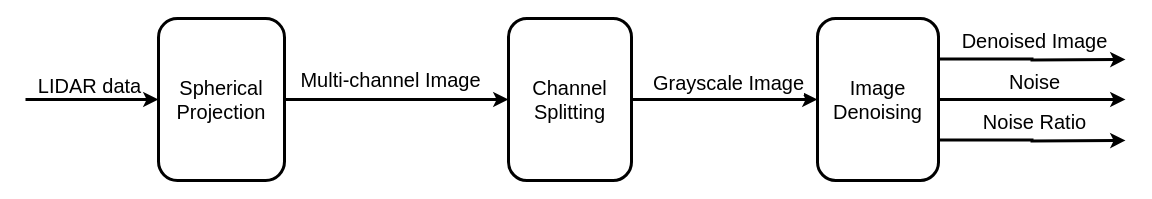
Earlier version of the draw.io diagram diagrams/Principle.drawio (elkuno213/point-cloud-denoising). Source tidied: cells renumbered, new cells numbered last; positions are measured from the earlier drawing's top-left corner, leaving out a move shared by most shapes. Both pictures are drawn from the tidied source at 100%, with x=0, y=0 at pixel (25, 18).
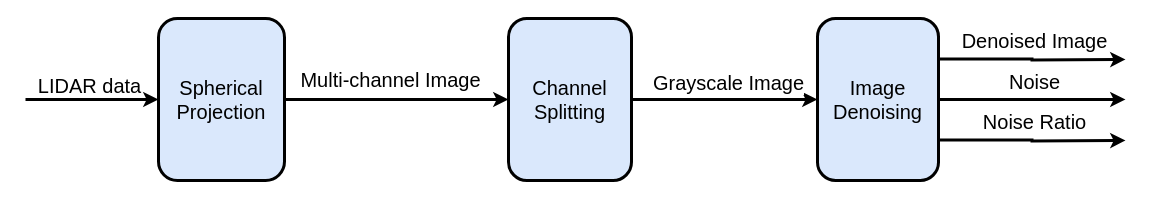
After the change.

What changed in the source:
```diff
@@
-    <mxCell id="2" value="&lt;font style=&quot;font-size: 20px&quot;&gt;Spherical Projection&lt;/font&gt;" style="rounded=1;whiteSpace=wrap;html=1;strokeWidth=3;" parent="1" vertex="1">
+    <mxCell id="2" value="&lt;font style=&quot;font-size: 20px&quot;&gt;Spherical Projection&lt;/font&gt;" style="rounded=1;whiteSpace=wrap;html=1;strokeWidth=3;fillColor=#dae8fc;" parent="1" vertex="1">
       <mxGeometry x="133" width="126" height="162" as="geometry" />
     </mxCell>
@@
-    <mxCell id="7" value="&lt;font style=&quot;font-size: 20px&quot;&gt;Image Denoising&lt;/font&gt;" style="rounded=1;whiteSpace=wrap;html=1;strokeWidth=3;" parent="1" vertex="1">
+    <mxCell id="7" value="&lt;font style=&quot;font-size: 20px&quot;&gt;Image Denoising&lt;/font&gt;" style="rounded=1;whiteSpace=wrap;html=1;strokeWidth=3;fillColor=#dae8fc;" parent="1" vertex="1">
       <mxGeometry x="792" width="121" height="162" as="geometry" />
     </mxCell>
@@
-    <mxCell id="12" value="&lt;font style=&quot;font-size: 20px&quot;&gt;Channel Splitting&lt;/font&gt;" style="rounded=1;whiteSpace=wrap;html=1;strokeWidth=3;" parent="1" vertex="1">
+    <mxCell id="12" value="&lt;font style=&quot;font-size: 20px&quot;&gt;Channel Splitting&lt;/font&gt;" style="rounded=1;whiteSpace=wrap;html=1;strokeWidth=3;fillColor=#dae8fc;" parent="1" vertex="1">
       <mxGeometry x="483" width="123" height="162" as="geometry" />
     </mxCell>
```
